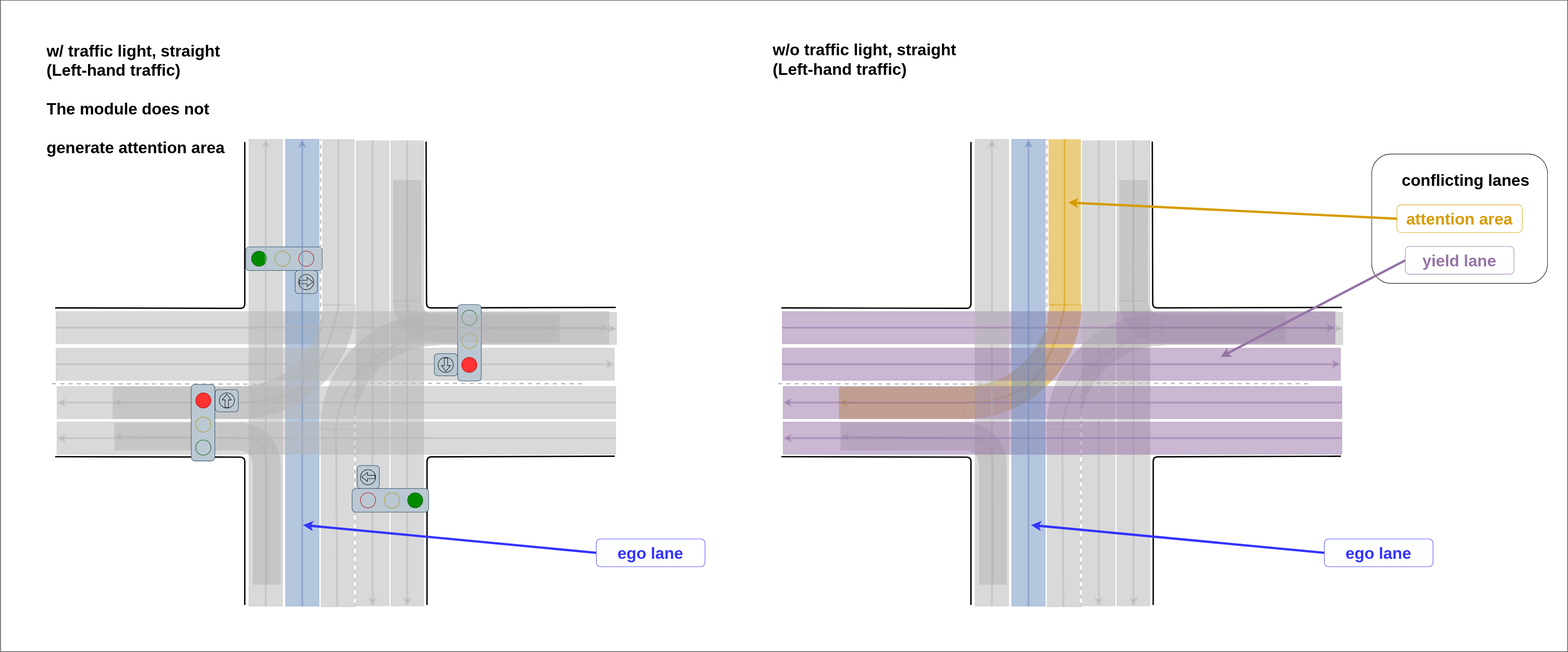
The draw.io diagram main/planning/behavior_velocity_intersection_module/docs/intersection-attention-straight.drawio.svg in ralwing/autoware.universe, before a commit. Source tidied: cells renumbered, new cells last; positions are measured from the earlier drawing's top-left corner, leaving out a move shared by most shapes.
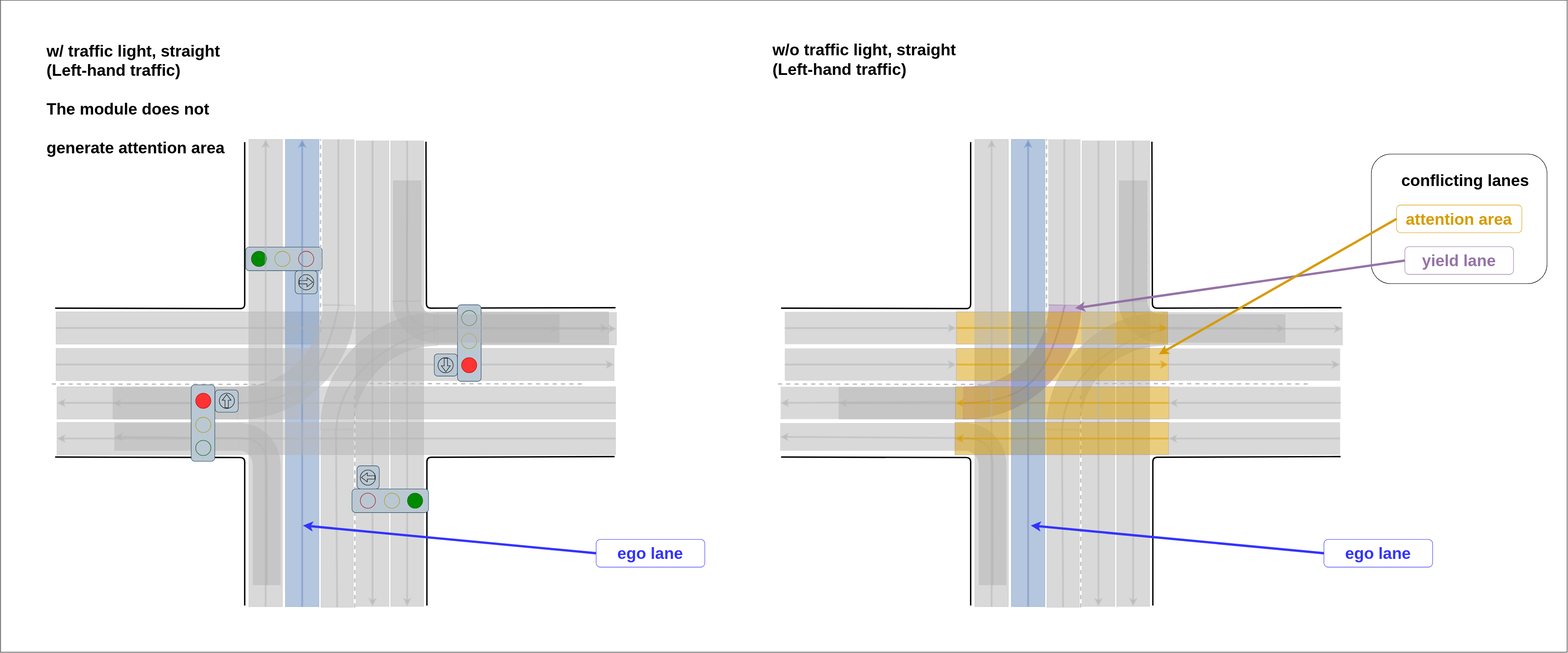
Above is the later version.

The edit, as a diff of the source:
```diff
@@ -2,6 +2,9 @@
   <root>
     <mxCell id="0" />
     <mxCell id="1" parent="0" />
+    <mxCell id="158" style="rounded=0;whiteSpace=wrap;html=1;fillColor=#B3B3B3;rotation=0;strokeColor=none;opacity=50;gradientColor=none;" parent="1" vertex="1">
+      <mxGeometry x="1687" y="836" width="378" height="70" as="geometry" />
+    </mxCell>
     <mxCell id="2" style="rounded=0;whiteSpace=wrap;html=1;fillColor=none;" parent="1" vertex="1">
       <mxGeometry width="3388" height="1410" as="geometry" />
     </mxCell>
@@ -11,19 +14,19 @@
     <mxCell id="4" style="group;" parent="1" vertex="1">
       <mxGeometry x="1726" y="295" width="716.7" height="716.7" as="geometry" />
     </mxCell>
+    <mxCell id="7" style="rounded=0;whiteSpace=wrap;html=1;fillColor=#B3B3B3;rotation=-360;strokeColor=none;opacity=50;" parent="4" vertex="1">
+      <mxGeometry x="86.4" y="541.5" width="270" height="70" as="geometry" />
+    </mxCell>
-    <mxCell id="5" style="rounded=0;whiteSpace=wrap;html=1;fillColor=#D79B00;rotation=-90;strokeColor=none;opacity=50;" parent="4" vertex="1">
+    <mxCell id="5" style="rounded=0;whiteSpace=wrap;html=1;fillColor=#B3B3B3;rotation=-90;strokeColor=none;opacity=50;" parent="4" vertex="1">
       <mxGeometry x="394.7" y="150.8" width="359.7" height="70" as="geometry" />
     </mxCell>
-    <mxCell id="6" style="verticalLabelPosition=bottom;verticalAlign=top;html=1;shape=mxgraph.basic.partConcEllipse;startAngle=0.8783857645420314;endAngle=0.1272734873935795;arcWidth=0.28;fillColor=#D79B00;rotation=-225;strokeColor=none;opacity=50;" parent="4" vertex="1">
+    <mxCell id="6" style="verticalLabelPosition=bottom;verticalAlign=top;html=1;shape=mxgraph.basic.partConcEllipse;startAngle=0.8783857645420314;endAngle=0.1272734873935795;arcWidth=0.28;fillColor=#9673A6;rotation=-225;strokeColor=none;opacity=50;" parent="4" vertex="1">
       <mxGeometry x="105.4" y="104.5" width="505.9" height="507.7" as="geometry" />
     </mxCell>
-    <mxCell id="7" style="rounded=0;whiteSpace=wrap;html=1;fillColor=#D79B00;rotation=-360;strokeColor=none;opacity=50;" parent="4" vertex="1">
-      <mxGeometry x="86.4" y="541.5" width="270" height="70" as="geometry" />
-    </mxCell>
-    <mxCell id="8" style="endArrow=none;html=1;rounded=0;strokeColor=#D79B00;strokeWidth=4;opacity=50;exitX=0;exitY=0.5;exitDx=0;exitDy=0;entryX=1;entryY=0.5;entryDx=0;entryDy=0;" parent="4" edge="1" source="5" target="5">
+    <mxCell id="8" style="endArrow=none;html=1;rounded=0;strokeColor=#B3B3B3;strokeWidth=4;opacity=50;exitX=0;exitY=0.5;exitDx=0;exitDy=0;entryX=1;entryY=0.5;entryDx=0;entryDy=0;" parent="4" edge="1" source="5" target="5">
       <mxGeometry relative="1" as="geometry" />
     </mxCell>
-    <mxCell id="9" style="curved=1;endArrow=none;html=1;rounded=0;strokeColor=#D79B00;strokeWidth=4;opacity=50;exitX=0.205;exitY=0.189;exitDx=0;exitDy=0;exitPerimeter=0;entryX=1;entryY=0.5;entryDx=0;entryDy=0;endFill=0;" parent="4" edge="1" source="6" target="7">
+    <mxCell id="9" style="curved=1;endArrow=none;html=1;rounded=0;strokeColor=#9673A6;strokeWidth=4;opacity=50;exitX=0.205;exitY=0.189;exitDx=0;exitDy=0;exitPerimeter=0;entryX=1;entryY=0.5;entryDx=0;entryDy=0;endFill=0;" parent="4" edge="1" source="6" target="7">
       <mxGeometry relative="1" as="geometry">
         <Array as="points">
           <mxPoint x="550" y="483.8" />
@@ -31,7 +34,7 @@
         </Array>
       </mxGeometry>
     </mxCell>
-    <mxCell id="10" style="endArrow=classic;html=1;rounded=0;strokeColor=#D79B00;strokeWidth=4;opacity=50;entryX=0;entryY=0.5;entryDx=0;entryDy=0;exitX=1;exitY=0.5;exitDx=0;exitDy=0;endFill=1;" parent="4" edge="1" source="7" target="7">
+    <mxCell id="10" style="endArrow=classic;html=1;rounded=0;strokeColor=#B3B3B3;strokeWidth=4;opacity=50;entryX=0;entryY=0.5;entryDx=0;entryDy=0;exitX=1;exitY=0.5;exitDx=0;exitDy=0;endFill=1;" parent="4" edge="1" source="7" target="7">
       <mxGeometry relative="1" as="geometry" />
     </mxCell>
     <mxCell id="11" style="endArrow=classic;html=1;rounded=0;strokeColor=#B3B3B3;strokeWidth=4;opacity=50;exitX=0;exitY=0.5;exitDx=0;exitDy=0;entryX=1;entryY=0.5;entryDx=0;entryDy=0;" parent="1" edge="1" source="19" target="19">
@@ -446,8 +449,8 @@
         <mxPoint x="126.2" y="317.5" as="sourcePoint" />
       </mxGeometry>
     </mxCell>
-    <mxCell id="118" style="rounded=0;whiteSpace=wrap;html=1;fillColor=#9673A6;rotation=-180;strokeColor=#9673A6;opacity=50;" parent="1" vertex="1">
-      <mxGeometry x="1690" y="674" width="1195" height="69.9" as="geometry" />
+    <mxCell id="118" style="rounded=0;whiteSpace=wrap;html=1;fillColor=#D79B00;rotation=-180;strokeColor=#9673A6;opacity=50;" parent="1" vertex="1">
+      <mxGeometry x="2067" y="674" width="457" height="69.9" as="geometry" />
     </mxCell>
     <mxCell id="119" style="rounded=0;whiteSpace=wrap;html=1;fillColor=#B3B3B3;strokeColor=#B3B3B3;rotation=90;opacity=50;" parent="1" vertex="1">
       <mxGeometry x="1871" y="772" width="1006.7" height="71.2" as="geometry" />
@@ -513,8 +516,8 @@
         <mxPoint x="2828" y="830" as="targetPoint" />
       </mxGeometry>
     </mxCell>
-    <mxCell id="128" style="rounded=0;whiteSpace=wrap;html=1;fillColor=#9673A6;rotation=-180;strokeColor=#9673A6;opacity=50;" parent="1" vertex="1">
-      <mxGeometry x="1692" y="836" width="1208" height="69.9" as="geometry" />
+    <mxCell id="128" style="rounded=0;whiteSpace=wrap;html=1;fillColor=#D79B00;rotation=-180;strokeColor=#9673A6;opacity=50;" parent="1" vertex="1">
+      <mxGeometry x="2065" y="836" width="462" height="69.9" as="geometry" />
     </mxCell>
     <mxCell id="129" style="endArrow=classic;html=1;rounded=0;strokeColor=#B3B3B3;strokeWidth=4;opacity=50;exitX=1;exitY=0.5;exitDx=0;exitDy=0;entryX=0;entryY=0.5;entryDx=0;entryDy=0;" parent="1" edge="1" source="126" target="126">
       <mxGeometry relative="1" as="geometry" />
@@ -525,10 +528,10 @@
     <mxCell id="131" style="endArrow=classic;html=1;rounded=0;strokeColor=#B3B3B3;strokeWidth=4;opacity=50;exitX=0;exitY=0.5;exitDx=0;exitDy=0;entryX=1;entryY=0.5;entryDx=0;entryDy=0;" parent="1" edge="1" source="119" target="119">
       <mxGeometry relative="1" as="geometry" />
     </mxCell>
-    <mxCell id="132" style="endArrow=classic;html=1;rounded=0;strokeColor=#9673A6;strokeWidth=4;opacity=50;exitX=1;exitY=0.5;exitDx=0;exitDy=0;entryX=0;entryY=0.5;entryDx=0;entryDy=0;" parent="1" edge="1" source="118" target="118">
+    <mxCell id="132" style="endArrow=classic;html=1;rounded=0;strokeColor=#D79B00;strokeWidth=4;opacity=50;exitX=1;exitY=0.5;exitDx=0;exitDy=0;entryX=0;entryY=0.5;entryDx=0;entryDy=0;" parent="1" edge="1" source="118" target="118">
       <mxGeometry relative="1" as="geometry" />
     </mxCell>
-    <mxCell id="133" style="endArrow=classic;html=1;rounded=0;strokeColor=#9673A6;strokeWidth=4;opacity=50;exitX=0;exitY=0.5;exitDx=0;exitDy=0;entryX=1;entryY=0.5;entryDx=0;entryDy=0;" parent="1" edge="1" source="128" target="128">
+    <mxCell id="133" style="endArrow=classic;html=1;rounded=0;strokeColor=#D79B00;strokeWidth=4;opacity=50;exitX=0;exitY=0.5;exitDx=0;exitDy=0;entryX=1;entryY=0.5;entryDx=0;entryDy=0;" parent="1" edge="1" source="128" target="128">
       <mxGeometry relative="1" as="geometry" />
     </mxCell>
     <mxCell id="134" style="group;" parent="1" vertex="1">
@@ -541,7 +544,7 @@
       <mxGeometry x="199" y="227.4" width="261" height="60" as="geometry" />
     </mxCell>
     <mxCell id="137" style="rounded=0;whiteSpace=wrap;html=1;fillColor=#B3B3B3;rotation=0;strokeColor=none;opacity=50;gradientColor=none;" parent="134" vertex="1">
-      <mxGeometry y="37.4" width="270" height="60" as="geometry" />
+      <mxGeometry x="-130" y="37.4" width="400" height="60" as="geometry" />
     </mxCell>
     <mxCell id="138" style="endArrow=none;html=1;rounded=0;strokeColor=#B3B3B3;strokeWidth=4;opacity=50;exitX=1;exitY=0.5;exitDx=0;exitDy=0;" parent="134" edge="1" source="136">
       <mxGeometry relative="1" as="geometry">
@@ -574,16 +577,16 @@
         <mxPoint x="2141" y="831" as="targetPoint" />
       </mxGeometry>
     </mxCell>
-    <mxCell id="143" style="rounded=0;whiteSpace=wrap;html=1;fillColor=#9673A6;rotation=-180;strokeColor=#9673A6;opacity=50;" parent="1" vertex="1">
-      <mxGeometry x="1690" y="753" width="1207" height="69.9" as="geometry" />
+    <mxCell id="143" style="rounded=0;whiteSpace=wrap;html=1;fillColor=#D79B00;rotation=-180;strokeColor=#9673A6;opacity=50;" parent="1" vertex="1">
+      <mxGeometry x="2067" y="753" width="459" height="69.9" as="geometry" />
     </mxCell>
-    <mxCell id="144" style="rounded=0;whiteSpace=wrap;html=1;fillColor=#9673A6;rotation=-180;strokeColor=#9673A6;opacity=50;" parent="1" vertex="1">
-      <mxGeometry x="1692" y="913" width="1208" height="69.9" as="geometry" />
+    <mxCell id="144" style="rounded=0;whiteSpace=wrap;html=1;fillColor=#D79B00;rotation=-180;strokeColor=#9673A6;opacity=50;" parent="1" vertex="1">
+      <mxGeometry x="2064" y="913" width="462" height="69.9" as="geometry" />
     </mxCell>
-    <mxCell id="145" style="endArrow=classic;html=1;rounded=0;strokeColor=#9673A6;strokeWidth=4;opacity=50;exitX=0;exitY=0.5;exitDx=0;exitDy=0;entryX=1;entryY=0.5;entryDx=0;entryDy=0;" parent="1" edge="1" source="144" target="144">
+    <mxCell id="145" style="endArrow=classic;html=1;rounded=0;strokeColor=#D79B00;strokeWidth=4;opacity=50;exitX=0;exitY=0.5;exitDx=0;exitDy=0;entryX=1;entryY=0.5;entryDx=0;entryDy=0;" parent="1" edge="1" source="144" target="144">
       <mxGeometry relative="1" as="geometry" />
     </mxCell>
-    <mxCell id="146" style="endArrow=classic;html=1;rounded=0;strokeColor=#9673A6;strokeWidth=4;opacity=50;exitX=1;exitY=0.5;exitDx=0;exitDy=0;entryX=0;entryY=0.5;entryDx=0;entryDy=0;" parent="1" edge="1" source="143" target="143">
+    <mxCell id="146" style="endArrow=classic;html=1;rounded=0;strokeColor=#D79B00;strokeWidth=4;opacity=50;exitX=1;exitY=0.5;exitDx=0;exitDy=0;entryX=0;entryY=0.5;entryDx=0;entryDy=0;" parent="1" edge="1" source="143" target="143">
       <mxGeometry relative="1" as="geometry" />
     </mxCell>
     <mxCell id="147" value="&lt;b style=&quot;font-size: 35px;&quot;&gt;&lt;span style=&quot;font-size: 35px;&quot;&gt;w/o traffic light, straight&lt;br&gt;(Left-hand traffic)&lt;br&gt;&lt;/span&gt;&lt;br&gt;&lt;/b&gt;" style="text;html=1;align=left;verticalAlign=middle;strokeColor=none;fillColor=none;" parent="1" vertex="1">
@@ -619,13 +622,48 @@
     </mxCell>
     <mxCell id="156" style="endArrow=classic;html=1;rounded=0;strokeColor=#9673A6;strokeWidth=5;fontSize=35;fontColor=#D79B00;exitX=0;exitY=0.5;exitDx=0;exitDy=0;" parent="1" edge="1" source="154">
       <mxGeometry relative="1" as="geometry">
-        <mxPoint x="2638" y="772" as="targetPoint" />
+        <mxPoint x="2324" y="666" as="targetPoint" />
       </mxGeometry>
     </mxCell>
     <mxCell id="157" style="endArrow=classic;html=1;rounded=0;strokeColor=#D79B00;strokeWidth=5;fontSize=35;fontColor=#D79B00;exitX=0;exitY=0.5;exitDx=0;exitDy=0;" parent="1" edge="1" source="155">
       <mxGeometry relative="1" as="geometry">
-        <mxPoint x="2308" y="438" as="targetPoint" />
+        <mxPoint x="2505" y="766" as="targetPoint" />
       </mxGeometry>
     </mxCell>
+    <mxCell id="159" style="endArrow=classic;html=1;rounded=0;strokeColor=#B3B3B3;strokeWidth=4;opacity=50;entryX=0;entryY=0.5;entryDx=0;entryDy=0;" parent="1" edge="1" target="158">
+      <mxGeometry relative="1" as="geometry">
+        <mxPoint x="2065" y="868.6" as="sourcePoint" />
+      </mxGeometry>
+    </mxCell>
+    <mxCell id="160" style="rounded=0;whiteSpace=wrap;html=1;fillColor=#B3B3B3;rotation=0;strokeColor=none;opacity=50;gradientColor=none;" parent="1" vertex="1">
+      <mxGeometry x="2526" y="913" width="371" height="70" as="geometry" />
+    </mxCell>
+    <mxCell id="161" style="endArrow=classic;html=1;rounded=0;strokeColor=#B3B3B3;strokeWidth=4;opacity=50;entryX=0;entryY=0.5;entryDx=0;entryDy=0;exitX=1;exitY=0.5;exitDx=0;exitDy=0;" parent="1" edge="1" source="160" target="160">
+      <mxGeometry relative="1" as="geometry" />
+    </mxCell>
+    <mxCell id="162" style="rounded=0;whiteSpace=wrap;html=1;fillColor=#B3B3B3;rotation=0;strokeColor=none;opacity=50;gradientColor=none;" parent="1" vertex="1">
+      <mxGeometry x="2527" y="836" width="371" height="70" as="geometry" />
+    </mxCell>
+    <mxCell id="163" style="endArrow=classic;html=1;rounded=0;strokeColor=#B3B3B3;strokeWidth=4;opacity=50;entryX=0;entryY=0.5;entryDx=0;entryDy=0;exitX=1;exitY=0.5;exitDx=0;exitDy=0;" parent="1" edge="1" source="162" target="162">
+      <mxGeometry relative="1" as="geometry" />
+    </mxCell>
+    <mxCell id="164" style="rounded=0;whiteSpace=wrap;html=1;fillColor=#B3B3B3;rotation=0;strokeColor=none;opacity=50;gradientColor=none;direction=west;" parent="1" vertex="1">
+      <mxGeometry x="2526" y="753" width="371" height="70" as="geometry" />
+    </mxCell>
+    <mxCell id="165" style="endArrow=classic;html=1;rounded=0;strokeColor=#B3B3B3;strokeWidth=4;opacity=50;entryX=0;entryY=0.5;entryDx=0;entryDy=0;exitX=1;exitY=0.5;exitDx=0;exitDy=0;" parent="1" edge="1" source="164" target="164">
+      <mxGeometry relative="1" as="geometry" />
+    </mxCell>
+    <mxCell id="166" style="rounded=0;whiteSpace=wrap;html=1;fillColor=#B3B3B3;rotation=0;strokeColor=none;opacity=50;gradientColor=none;direction=west;" parent="1" vertex="1">
+      <mxGeometry x="1696" y="753" width="371" height="70" as="geometry" />
+    </mxCell>
+    <mxCell id="167" style="endArrow=classic;html=1;rounded=0;strokeColor=#B3B3B3;strokeWidth=4;opacity=50;entryX=0;entryY=0.5;entryDx=0;entryDy=0;exitX=1;exitY=0.5;exitDx=0;exitDy=0;" parent="1" edge="1" source="166" target="166">
+      <mxGeometry relative="1" as="geometry" />
+    </mxCell>
+    <mxCell id="168" style="rounded=0;whiteSpace=wrap;html=1;fillColor=#B3B3B3;rotation=0;strokeColor=none;opacity=50;gradientColor=none;direction=west;" parent="1" vertex="1">
+      <mxGeometry x="1696" y="674" width="371" height="70" as="geometry" />
+    </mxCell>
+    <mxCell id="169" style="endArrow=classic;html=1;rounded=0;strokeColor=#B3B3B3;strokeWidth=4;opacity=50;entryX=0;entryY=0.5;entryDx=0;entryDy=0;exitX=1;exitY=0.5;exitDx=0;exitDy=0;" parent="1" edge="1" source="168" target="168">
+      <mxGeometry relative="1" as="geometry" />
+    </mxCell>
   </root>
 </mxGraphModel>
```
